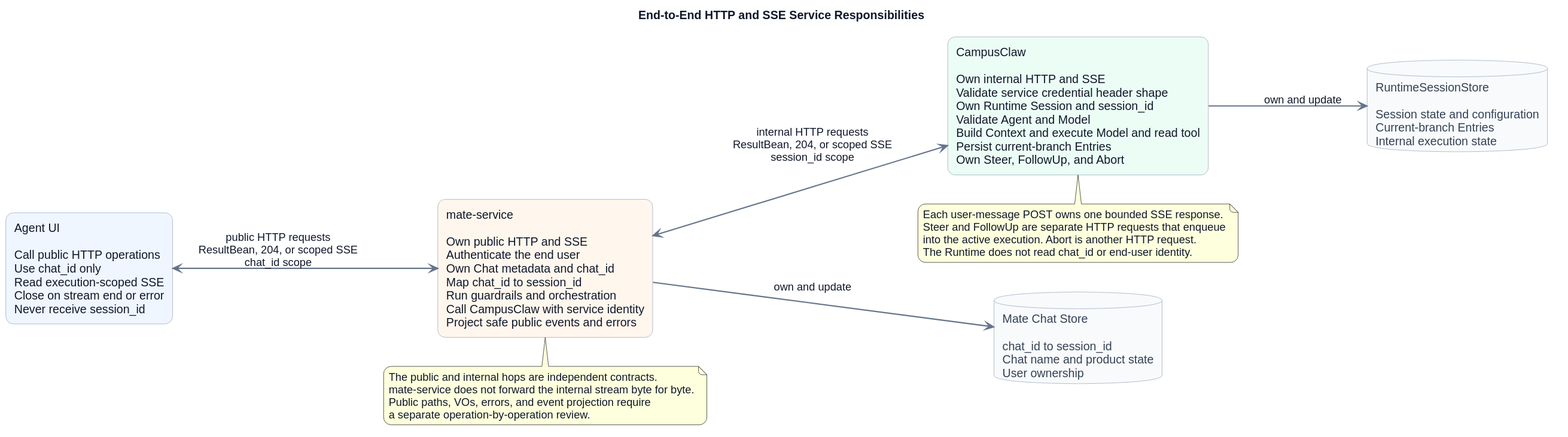
Earlier version of the PlantUML export pi-mono-java-manager-driven-multi-agent-runtime/diagrams/service-boundary/mate_agent_service_responsibility_boundary.svg (ssm0808/pi-mono-java-design). Source of this version:
```plantuml
@startuml
title End-to-End HTTP and SSE Service Responsibilities


skinparam backgroundColor #FFFFFF
skinparam shadowing false
skinparam roundcorner 18
skinparam defaultFontName Arial
skinparam defaultFontColor #0F172A
skinparam ArrowColor #64748B
skinparam ArrowThickness 1.5
skinparam rectangle {
  BorderColor #94A3B8
  FontColor #0F172A
}
skinparam database {
  BorderColor #94A3B8
  BackgroundColor #F8FAFC
  FontColor #334155
}

left to right direction

rectangle "Agent UI\n\nCall public HTTP operations\nUse chat_id only\nRead execution-scoped SSE\nClose on stream end or error\nNever receive session_id" as UI #EFF6FF

rectangle "mate-service\n\nOwn public HTTP and SSE\nAuthenticate the end user\nOwn Chat metadata and chat_id\nMap chat_id to session_id\nRun guardrails and orchestration\nCall CampusClaw with service identity\nProject safe public events and errors" as Mate #FFF7ED

rectangle "CampusClaw\n\nOwn internal HTTP and SSE\nValidate service credential header shape\nOwn Runtime Session and session_id\nValidate Agent and Model\nBuild Context and execute Model and read tool\nPersist current-branch Entries\nOwn Steer, FollowUp, and Abort" as Runtime #ECFDF5

database "Mate Chat Store\n\nchat_id to session_id\nChat name and product state\nUser ownership" as MateStore

database "RuntimeSessionStore\n\nSession state and configuration\nCurrent-branch Entries\nInternal execution state" as RuntimeStore

UI <--> Mate : public HTTP requests\nResultBean, 204, or scoped SSE\nchat_id scope
Mate <--> Runtime : internal HTTP requests\nResultBean, 204, or scoped SSE\nsession_id scope
Mate --> MateStore : own and update
Runtime --> RuntimeStore : own and update

note bottom of Mate
The public and internal hops are independent contracts.
mate-service does not forward the internal stream byte for byte.
Public paths, VOs, errors, and event projection require
a separate operation-by-operation review.
end note

note bottom of Runtime
Each user-message POST owns one bounded SSE response.
Steer and FollowUp are separate HTTP requests that enqueue
into the active execution. Abort is another HTTP request.
The Runtime does not read chat_id or end-user identity.
end note
@enduml
```
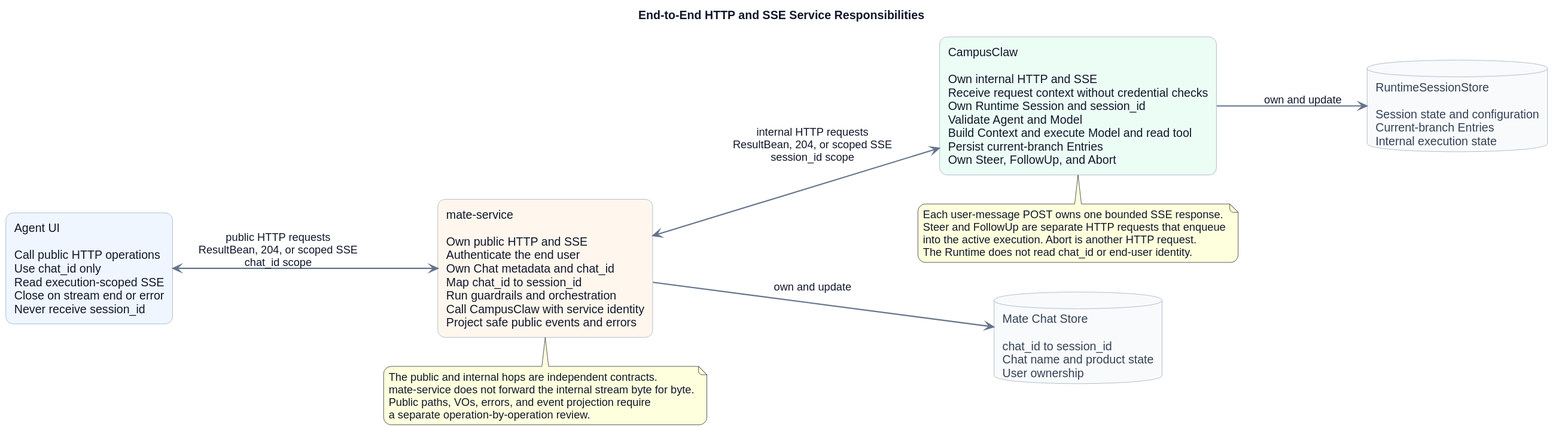
The same diagram one commit later.

What changed in the source:
```diff
@@ -25,7 +25,7 @@
 
 rectangle "mate-service\n\nOwn public HTTP and SSE\nAuthenticate the end user\nOwn Chat metadata and chat_id\nMap chat_id to session_id\nRun guardrails and orchestration\nCall CampusClaw with service identity\nProject safe public events and errors" as Mate #FFF7ED
 
-rectangle "CampusClaw\n\nOwn internal HTTP and SSE\nValidate service credential header shape\nOwn Runtime Session and session_id\nValidate Agent and Model\nBuild Context and execute Model and read tool\nPersist current-branch Entries\nOwn Steer, FollowUp, and Abort" as Runtime #ECFDF5
+rectangle "CampusClaw\n\nOwn internal HTTP and SSE\nReceive request context without credential checks\nOwn Runtime Session and session_id\nValidate Agent and Model\nBuild Context and execute Model and read tool\nPersist current-branch Entries\nOwn Steer, FollowUp, and Abort" as Runtime #ECFDF5
 
 database "Mate Chat Store\n\nchat_id to session_id\nChat name and product state\nUser ownership" as MateStore
 
```
